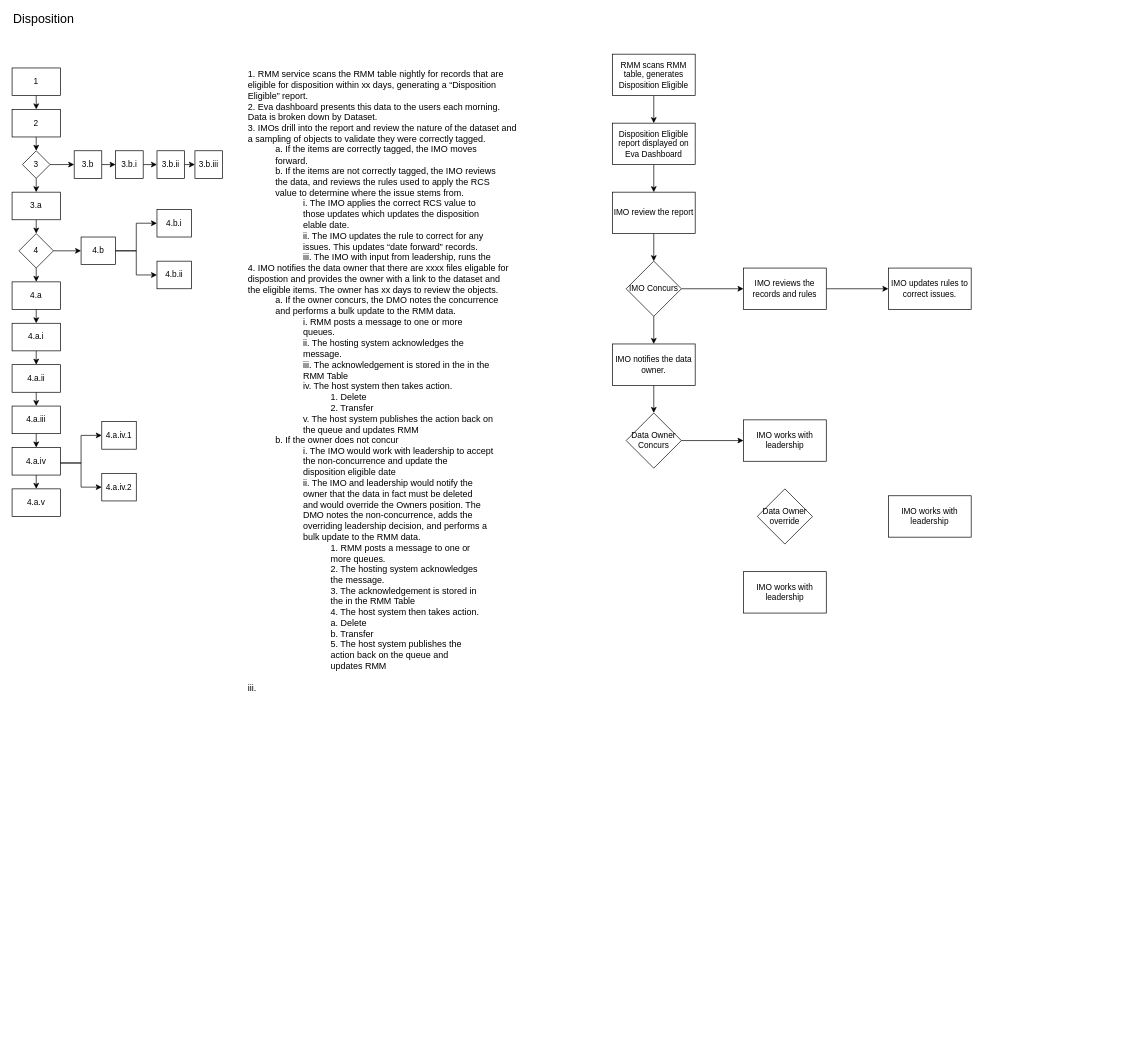
The draw.io diagram page "Disposition" (1 of 2) of Drawings/Disposition/Disposition.drawio in RMSLowside/rmslow, before the edit. Source tidied: cells renumbered, new cells numbered last; positions are measured from the earlier drawing's top-left corner, leaving out a move shared by most shapes. Both pictures are drawn from the tidied source at 69%, with x=0, y=0 at pixel (12, 12).
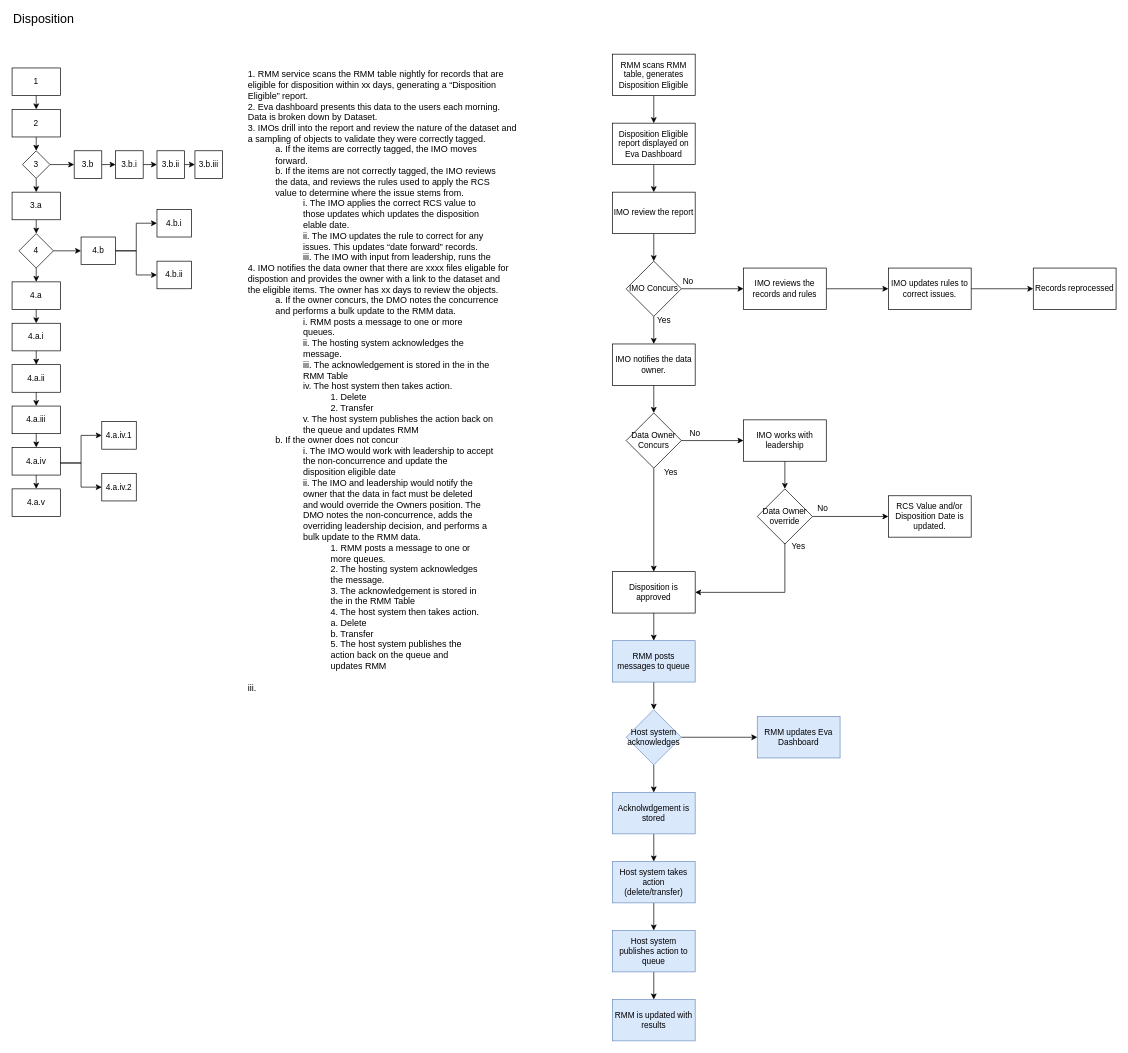
After the change.

The change refers to these unchanged cells:
```xml
<mxCell id="54" value="IMO updates rules to correct issues." style="rounded=0;whiteSpace=wrap;html=1;" parent="1" vertex="1">
  <mxGeometry x="1270" y="370" width="120" height="60" as="geometry" />
</mxCell>
<mxCell id="58" value="Data Owner Concurs" style="rhombus;whiteSpace=wrap;html=1;" parent="1" vertex="1">
  <mxGeometry x="890" y="580" width="80" height="80" as="geometry" />
</mxCell>
<mxCell id="59" value="IMO works with leadership" style="rounded=0;whiteSpace=wrap;html=1;" parent="1" vertex="1">
  <mxGeometry x="1060" y="590" width="120" height="60" as="geometry" />
</mxCell>
<mxCell id="60" value="Data Owner override" style="rhombus;whiteSpace=wrap;html=1;" parent="1" vertex="1">
  <mxGeometry x="1080" y="690" width="80" height="80" as="geometry" />
</mxCell>
```

What changed in the source:
```diff
@@
+    <mxCell id="63" style="edgeStyle=orthogonalEdgeStyle;rounded=0;jettySize=auto;html=1;exitX=1;exitY=0.5;exitDx=0;exitDy=0;" parent="1" edge="1" source="54" target="75">
+      <mxGeometry relative="1" as="geometry" />
+    </mxCell>
@@
+    <mxCell id="64" style="edgeStyle=orthogonalEdgeStyle;rounded=0;jettySize=auto;html=1;exitX=0.5;exitY=1;exitDx=0;exitDy=0;entryX=0.5;entryY=0;entryDx=0;entryDy=0;" parent="1" edge="1" source="58" target="61">
+      <mxGeometry relative="1" as="geometry" />
+    </mxCell>
@@
+    <mxCell id="65" style="edgeStyle=orthogonalEdgeStyle;rounded=0;jettySize=auto;html=1;exitX=0.5;exitY=1;exitDx=0;exitDy=0;entryX=0.5;entryY=0;entryDx=0;entryDy=0;" parent="1" edge="1" source="59" target="60">
+      <mxGeometry relative="1" as="geometry" />
+    </mxCell>
@@
+    <mxCell id="66" style="edgeStyle=orthogonalEdgeStyle;rounded=0;jettySize=auto;html=1;exitX=1;exitY=0.5;exitDx=0;exitDy=0;entryX=0;entryY=0.5;entryDx=0;entryDy=0;" parent="1" edge="1" source="60" target="62">
+      <mxGeometry relative="1" as="geometry" />
+    </mxCell>
@@
+    <mxCell id="67" style="edgeStyle=orthogonalEdgeStyle;rounded=0;jettySize=auto;html=1;exitX=0.5;exitY=1;exitDx=0;exitDy=0;entryX=0.5;entryY=0;entryDx=0;entryDy=0;" parent="1" edge="1" source="61" target="77">
+      <mxGeometry relative="1" as="geometry" />
+    </mxCell>
-    <mxCell id="61" value="IMO works with leadership" style="rounded=0;whiteSpace=wrap;html=1;" parent="1" vertex="1">
-      <mxGeometry x="1060" y="810" width="120" height="60" as="geometry" />
+    <mxCell id="61" value="Disposition is approved" style="rounded=0;whiteSpace=wrap;html=1;" parent="1" vertex="1">
+      <mxGeometry x="870" y="810" width="120" height="60" as="geometry" />
     </mxCell>
-    <mxCell id="62" value="IMO works with leadership" style="rounded=0;whiteSpace=wrap;html=1;" parent="1" vertex="1">
+    <mxCell id="62" value="RCS Value and/or Disposition Date is updated." style="rounded=0;whiteSpace=wrap;html=1;" parent="1" vertex="1">
       <mxGeometry x="1270" y="700" width="120" height="60" as="geometry" />
     </mxCell>
+    <mxCell id="68" value="No" style="text;html=1;strokeColor=none;fillColor=none;align=center;verticalAlign=middle;whiteSpace=wrap;rounded=0;" parent="1" vertex="1">
+      <mxGeometry x="960" y="380" width="40" height="20" as="geometry" />
+    </mxCell>
+    <mxCell id="69" value="Yes" style="text;html=1;strokeColor=none;fillColor=none;align=center;verticalAlign=middle;whiteSpace=wrap;rounded=0;" parent="1" vertex="1">
+      <mxGeometry x="925" y="436" width="40" height="20" as="geometry" />
+    </mxCell>
+    <mxCell id="70" value="No" style="text;html=1;strokeColor=none;fillColor=none;align=center;verticalAlign=middle;whiteSpace=wrap;rounded=0;" parent="1" vertex="1">
+      <mxGeometry x="970" y="600" width="40" height="20" as="geometry" />
+    </mxCell>
+    <mxCell id="71" value="Yes" style="text;html=1;strokeColor=none;fillColor=none;align=center;verticalAlign=middle;whiteSpace=wrap;rounded=0;" parent="1" vertex="1">
+      <mxGeometry x="935" y="656" width="40" height="20" as="geometry" />
+    </mxCell>
+    <mxCell id="72" value="No" style="text;html=1;strokeColor=none;fillColor=none;align=center;verticalAlign=middle;whiteSpace=wrap;rounded=0;" parent="1" vertex="1">
+      <mxGeometry x="1155" y="707.5" width="40" height="20" as="geometry" />
+    </mxCell>
+    <mxCell id="73" style="edgeStyle=orthogonalEdgeStyle;rounded=0;jettySize=auto;html=1;exitX=0;exitY=0.25;exitDx=0;exitDy=0;entryX=1;entryY=0.5;entryDx=0;entryDy=0;" parent="1" edge="1" source="74" target="61">
+      <mxGeometry relative="1" as="geometry">
+        <Array as="points">
+          <mxPoint x="1120" y="840" />
+        </Array>
+      </mxGeometry>
+    </mxCell>
+    <mxCell id="74" value="Yes" style="text;html=1;strokeColor=none;fillColor=none;align=center;verticalAlign=middle;whiteSpace=wrap;rounded=0;" parent="1" vertex="1">
+      <mxGeometry x="1120" y="763.5" width="40" height="20" as="geometry" />
+    </mxCell>
+    <mxCell id="75" value="Records reprocessed" style="rounded=0;whiteSpace=wrap;html=1;" parent="1" vertex="1">
+      <mxGeometry x="1480" y="370" width="120" height="60" as="geometry" />
+    </mxCell>
+    <mxCell id="76" style="edgeStyle=orthogonalEdgeStyle;rounded=0;jettySize=auto;html=1;exitX=0.5;exitY=1;exitDx=0;exitDy=0;entryX=0.5;entryY=0;entryDx=0;entryDy=0;" parent="1" edge="1" source="77" target="81">
+      <mxGeometry relative="1" as="geometry" />
+    </mxCell>
+    <mxCell id="77" value="RMM posts messages to queue" style="rounded=0;whiteSpace=wrap;html=1;fillColor=#dae8fc;strokeColor=#6c8ebf;" parent="1" vertex="1">
+      <mxGeometry x="870" y="910" width="120" height="60" as="geometry" />
+    </mxCell>
+    <mxCell id="78" value="RMM updates Eva Dashboard" style="rounded=0;whiteSpace=wrap;html=1;fillColor=#dae8fc;strokeColor=#6c8ebf;" parent="1" vertex="1">
+      <mxGeometry x="1080" y="1020" width="120" height="60" as="geometry" />
+    </mxCell>
+    <mxCell id="79" style="edgeStyle=orthogonalEdgeStyle;rounded=0;jettySize=auto;html=1;exitX=1;exitY=0.5;exitDx=0;exitDy=0;entryX=0;entryY=0.5;entryDx=0;entryDy=0;" parent="1" edge="1" source="81" target="78">
+      <mxGeometry relative="1" as="geometry" />
+    </mxCell>
+    <mxCell id="80" style="edgeStyle=orthogonalEdgeStyle;rounded=0;jettySize=auto;html=1;exitX=0.5;exitY=1;exitDx=0;exitDy=0;entryX=0.5;entryY=0;entryDx=0;entryDy=0;" parent="1" edge="1" source="81" target="83">
+      <mxGeometry relative="1" as="geometry" />
+    </mxCell>
+    <mxCell id="81" value="Host system acknowledges" style="rhombus;whiteSpace=wrap;html=1;fillColor=#dae8fc;strokeColor=#6c8ebf;" parent="1" vertex="1">
+      <mxGeometry x="890" y="1010" width="80" height="80" as="geometry" />
+    </mxCell>
+    <mxCell id="82" style="edgeStyle=orthogonalEdgeStyle;rounded=0;jettySize=auto;html=1;exitX=0.5;exitY=1;exitDx=0;exitDy=0;entryX=0.5;entryY=0;entryDx=0;entryDy=0;" parent="1" edge="1" source="83" target="85">
+      <mxGeometry relative="1" as="geometry" />
+    </mxCell>
+    <mxCell id="83" value="Acknolwdgement is stored" style="rounded=0;whiteSpace=wrap;html=1;fillColor=#dae8fc;strokeColor=#6c8ebf;" parent="1" vertex="1">
+      <mxGeometry x="870" y="1130" width="120" height="60" as="geometry" />
+    </mxCell>
+    <mxCell id="84" style="edgeStyle=orthogonalEdgeStyle;rounded=0;jettySize=auto;html=1;exitX=0.5;exitY=1;exitDx=0;exitDy=0;entryX=0.5;entryY=0;entryDx=0;entryDy=0;" parent="1" edge="1" source="85" target="87">
+      <mxGeometry relative="1" as="geometry" />
+    </mxCell>
+    <mxCell id="85" value="Host system takes action (delete/transfer)" style="rounded=0;whiteSpace=wrap;html=1;fillColor=#dae8fc;strokeColor=#6c8ebf;" parent="1" vertex="1">
+      <mxGeometry x="870" y="1230" width="120" height="60" as="geometry" />
+    </mxCell>
+    <mxCell id="86" style="edgeStyle=orthogonalEdgeStyle;rounded=0;jettySize=auto;html=1;exitX=0.5;exitY=1;exitDx=0;exitDy=0;" parent="1" edge="1" source="87" target="88">
+      <mxGeometry relative="1" as="geometry" />
+    </mxCell>
+    <mxCell id="87" value="Host system publishes action to queue" style="rounded=0;whiteSpace=wrap;html=1;fillColor=#dae8fc;strokeColor=#6c8ebf;" parent="1" vertex="1">
+      <mxGeometry x="870" y="1330" width="120" height="60" as="geometry" />
+    </mxCell>
+    <mxCell id="88" value="RMM is updated with results" style="rounded=0;whiteSpace=wrap;html=1;fillColor=#dae8fc;strokeColor=#6c8ebf;" parent="1" vertex="1">
+      <mxGeometry x="870" y="1430" width="120" height="60" as="geometry" />
+    </mxCell>
```
